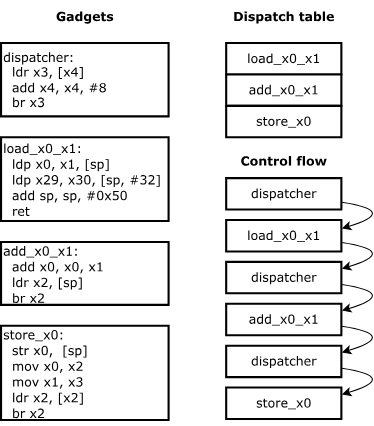
llsoftsec/llsoftsecbook keeps this draw.io diagram as img/jop.svg. Above is the earlier version. Source tidied: cells renumbered, new cells last; positions are measured from the earlier drawing's top-left corner, leaving out a move shared by most shapes. Its diagram source:
```xml
<mxGraphModel>
  <root>
    <mxCell id="0" />
    <mxCell id="1" parent="0" />
    <mxCell id="2" value="dispatcher:&lt;br&gt;&lt;div&gt;&amp;nbsp; ldr x3, [x4]&lt;/div&gt;&lt;div&gt;&amp;nbsp; add x4, x4, #8&lt;/div&gt;&lt;div&gt;&amp;nbsp; br x3&lt;/div&gt;" style="rounded=0;whiteSpace=wrap;html=1;strokeWidth=2;align=left;fontFamily=Verdana;" parent="1" vertex="1">
      <mxGeometry y="40" width="160" height="70" as="geometry" />
    </mxCell>
    <mxCell id="3" value="&lt;p style=&quot;margin: 0px; font-variant-numeric: normal; font-variant-east-asian: normal; font-stretch: normal; line-height: normal;&quot; class=&quot;p1&quot;&gt;&lt;span style=&quot;font-variant-ligatures: no-common-ligatures;&quot; class=&quot;s1&quot;&gt;&lt;font style=&quot;font-size: 12px;&quot; face=&quot;Verdana&quot;&gt;load_x0_x1:&lt;/font&gt;&lt;/span&gt;&lt;/p&gt;&lt;p style=&quot;margin: 0px; font-variant-numeric: normal; font-variant-east-asian: normal; font-stretch: normal; line-height: normal;&quot; class=&quot;p1&quot;&gt;&lt;span style=&quot;font-variant-ligatures: no-common-ligatures;&quot; class=&quot;s1&quot;&gt;&lt;font style=&quot;font-size: 12px;&quot; face=&quot;Verdana&quot;&gt;&lt;span class=&quot;Apple-converted-space&quot;&gt;&amp;nbsp; &lt;/span&gt;ldp x0, x1, [sp]&lt;/font&gt;&lt;/span&gt;&lt;/p&gt;&lt;p style=&quot;margin: 0px; font-variant-numeric: normal; font-variant-east-asian: normal; font-stretch: normal; line-height: normal;&quot; class=&quot;p1&quot;&gt;&lt;span style=&quot;font-variant-ligatures: no-common-ligatures;&quot; class=&quot;s1&quot;&gt;&lt;font style=&quot;font-size: 12px;&quot; face=&quot;Verdana&quot;&gt;&lt;span class=&quot;Apple-converted-space&quot;&gt;&amp;nbsp; &lt;/span&gt;ldp x29, x30, [sp, #32]&lt;/font&gt;&lt;/span&gt;&lt;/p&gt;&lt;p style=&quot;margin: 0px; font-variant-numeric: normal; font-variant-east-asian: normal; font-stretch: normal; line-height: normal;&quot; class=&quot;p1&quot;&gt;&lt;span style=&quot;font-variant-ligatures: no-common-ligatures;&quot; class=&quot;s1&quot;&gt;&lt;font style=&quot;font-size: 12px;&quot; face=&quot;Verdana&quot;&gt;&lt;span class=&quot;Apple-converted-space&quot;&gt;&amp;nbsp; &lt;/span&gt;add sp, sp, #0x50&lt;/font&gt;&lt;/span&gt;&lt;/p&gt;&lt;p style=&quot;margin: 0px; font-variant-numeric: normal; font-variant-east-asian: normal; font-stretch: normal; line-height: normal;&quot; class=&quot;p1&quot;&gt;&lt;span style=&quot;font-variant-ligatures: no-common-ligatures;&quot; class=&quot;s1&quot;&gt;&lt;font style=&quot;font-size: 12px;&quot; face=&quot;Verdana&quot;&gt;&lt;span style=&quot;&quot; class=&quot;Apple-converted-space&quot;&gt;&amp;nbsp; &lt;/span&gt;ret&lt;/font&gt;&lt;/span&gt;&lt;/p&gt;" style="rounded=0;whiteSpace=wrap;html=1;strokeWidth=2;align=left;" parent="1" vertex="1">
      <mxGeometry y="130" width="160" height="80" as="geometry" />
    </mxCell>
    <mxCell id="4" value="&lt;font face=&quot;Verdana&quot;&gt;load_x0_x1&lt;/font&gt;" style="rounded=0;whiteSpace=wrap;html=1;strokeWidth=2;" parent="1" vertex="1">
      <mxGeometry x="215" y="40" width="110" height="30" as="geometry" />
    </mxCell>
    <mxCell id="5" value="&lt;span style=&quot;font-family: Verdana;&quot;&gt;add_x0_x1&lt;/span&gt;" style="rounded=0;whiteSpace=wrap;html=1;strokeWidth=2;" parent="1" vertex="1">
      <mxGeometry x="215" y="70" width="110" height="30" as="geometry" />
    </mxCell>
    <mxCell id="6" value="&lt;span style=&quot;font-family: Verdana;&quot;&gt;store_x0&lt;/span&gt;" style="rounded=0;whiteSpace=wrap;html=1;strokeWidth=2;" parent="1" vertex="1">
      <mxGeometry x="215" y="100" width="110" height="30" as="geometry" />
    </mxCell>
    <mxCell id="7" value="&lt;p style=&quot;margin: 0px; font-variant-numeric: normal; font-variant-east-asian: normal; font-stretch: normal; line-height: normal;&quot; class=&quot;p1&quot;&gt;&lt;span style=&quot;font-variant-ligatures: no-common-ligatures;&quot; class=&quot;s1&quot;&gt;&lt;font style=&quot;font-size: 12px;&quot; face=&quot;Verdana&quot;&gt;add_x0_x1:&lt;/font&gt;&lt;/span&gt;&lt;/p&gt;&lt;p style=&quot;margin: 0px; font-variant-numeric: normal; font-variant-east-asian: normal; font-stretch: normal; line-height: normal;&quot; class=&quot;p1&quot;&gt;&lt;span style=&quot;font-variant-ligatures: no-common-ligatures;&quot; class=&quot;s1&quot;&gt;&lt;font style=&quot;font-size: 12px;&quot; face=&quot;Verdana&quot;&gt;&lt;span class=&quot;Apple-converted-space&quot;&gt;&amp;nbsp; &lt;/span&gt;add x0, x0, x1&lt;/font&gt;&lt;/span&gt;&lt;/p&gt;&lt;p style=&quot;margin: 0px; font-variant-numeric: normal; font-variant-east-asian: normal; font-stretch: normal; line-height: normal;&quot; class=&quot;p1&quot;&gt;&lt;span style=&quot;font-variant-ligatures: no-common-ligatures;&quot; class=&quot;s1&quot;&gt;&lt;font style=&quot;font-size: 12px;&quot; face=&quot;Verdana&quot;&gt;&lt;span class=&quot;Apple-converted-space&quot;&gt;&amp;nbsp; &lt;/span&gt;ldr x2, [sp]&lt;/font&gt;&lt;/span&gt;&lt;/p&gt;&lt;p style=&quot;margin: 0px; font-variant-numeric: normal; font-variant-east-asian: normal; font-stretch: normal; line-height: normal;&quot; class=&quot;p1&quot;&gt;&lt;span style=&quot;font-variant-ligatures: no-common-ligatures;&quot; class=&quot;s1&quot;&gt;&lt;font style=&quot;font-size: 12px;&quot; face=&quot;Verdana&quot;&gt;&lt;span style=&quot;&quot; class=&quot;Apple-converted-space&quot;&gt;&amp;nbsp; &lt;/span&gt;br x2&lt;/font&gt;&lt;/span&gt;&lt;/p&gt;" style="rounded=0;whiteSpace=wrap;html=1;strokeWidth=2;align=left;" parent="1" vertex="1">
      <mxGeometry y="230" width="160" height="60" as="geometry" />
    </mxCell>
    <mxCell id="8" value="&lt;p style=&quot;margin: 0px; font-variant-numeric: normal; font-variant-east-asian: normal; font-stretch: normal; line-height: normal;&quot; class=&quot;p1&quot;&gt;&lt;span style=&quot;font-variant-ligatures: no-common-ligatures;&quot; class=&quot;s1&quot;&gt;&lt;font style=&quot;font-size: 12px;&quot; face=&quot;Verdana&quot;&gt;store_x0:&lt;/font&gt;&lt;/span&gt;&lt;/p&gt;&lt;p style=&quot;margin: 0px; font-variant-numeric: normal; font-variant-east-asian: normal; font-stretch: normal; line-height: normal;&quot; class=&quot;p1&quot;&gt;&lt;span style=&quot;font-variant-ligatures: no-common-ligatures;&quot; class=&quot;s1&quot;&gt;&lt;font style=&quot;font-size: 12px;&quot; face=&quot;Verdana&quot;&gt;&lt;span class=&quot;Apple-converted-space&quot;&gt;&amp;nbsp; &lt;/span&gt;str x0,&amp;nbsp; [sp]&lt;/font&gt;&lt;/span&gt;&lt;/p&gt;&lt;p style=&quot;margin: 0px; font-variant-numeric: normal; font-variant-east-asian: normal; font-stretch: normal; line-height: normal;&quot; class=&quot;p1&quot;&gt;&lt;span style=&quot;font-variant-ligatures: no-common-ligatures;&quot; class=&quot;s1&quot;&gt;&lt;font style=&quot;font-size: 12px;&quot; face=&quot;Verdana&quot;&gt;&lt;span class=&quot;Apple-converted-space&quot;&gt;&amp;nbsp; &lt;/span&gt;mov x0, x2&lt;/font&gt;&lt;/span&gt;&lt;/p&gt;&lt;p style=&quot;margin: 0px; font-variant-numeric: normal; font-variant-east-asian: normal; font-stretch: normal; line-height: normal;&quot; class=&quot;p1&quot;&gt;&lt;span style=&quot;font-variant-ligatures: no-common-ligatures;&quot; class=&quot;s1&quot;&gt;&lt;font style=&quot;font-size: 12px;&quot; face=&quot;Verdana&quot;&gt;&lt;span class=&quot;Apple-converted-space&quot;&gt;&amp;nbsp; &lt;/span&gt;mov x1, x3&lt;/font&gt;&lt;/span&gt;&lt;/p&gt;&lt;p style=&quot;margin: 0px; font-variant-numeric: normal; font-variant-east-asian: normal; font-stretch: normal; line-height: normal;&quot; class=&quot;p1&quot;&gt;&lt;span style=&quot;font-variant-ligatures: no-common-ligatures;&quot; class=&quot;s1&quot;&gt;&lt;font style=&quot;font-size: 12px;&quot; face=&quot;Verdana&quot;&gt;&lt;span class=&quot;Apple-converted-space&quot;&gt;&amp;nbsp; &lt;/span&gt;ldr x2, [x2]&lt;/font&gt;&lt;/span&gt;&lt;/p&gt;&lt;p style=&quot;margin: 0px; font-variant-numeric: normal; font-variant-east-asian: normal; font-stretch: normal; line-height: normal;&quot; class=&quot;p1&quot;&gt;&lt;span style=&quot;font-variant-ligatures: no-common-ligatures;&quot; class=&quot;s1&quot;&gt;&lt;font style=&quot;font-size: 12px;&quot; face=&quot;Verdana&quot;&gt;&lt;span style=&quot;&quot; class=&quot;Apple-converted-space&quot;&gt;&amp;nbsp; &lt;/span&gt;br x2&lt;/font&gt;&lt;/span&gt;&lt;/p&gt;" style="rounded=0;whiteSpace=wrap;html=1;strokeWidth=2;align=left;" parent="1" vertex="1">
      <mxGeometry y="310" width="160" height="90" as="geometry" />
    </mxCell>
    <mxCell id="9" value="&lt;b&gt;Dispatch table&lt;/b&gt;" style="text;html=1;strokeColor=none;fillColor=none;align=center;verticalAlign=middle;whiteSpace=wrap;rounded=0;fontFamily=Verdana;" parent="1" vertex="1">
      <mxGeometry x="220" width="100" height="30" as="geometry" />
    </mxCell>
    <mxCell id="10" value="&lt;b&gt;Gadgets&lt;/b&gt;" style="text;html=1;strokeColor=none;fillColor=none;align=center;verticalAlign=middle;whiteSpace=wrap;rounded=0;fontFamily=Verdana;" parent="1" vertex="1">
      <mxGeometry x="30" width="100" height="30" as="geometry" />
    </mxCell>
    <mxCell id="11" value="&lt;b&gt;Control flow&lt;/b&gt;" style="text;html=1;strokeColor=none;fillColor=none;align=center;verticalAlign=middle;whiteSpace=wrap;rounded=0;fontFamily=Verdana;" parent="1" vertex="1">
      <mxGeometry x="225" y="138" width="90" height="30" as="geometry" />
    </mxCell>
    <mxCell id="12" value="&lt;font face=&quot;Verdana&quot;&gt;load_x0_x1&lt;/font&gt;" style="rounded=0;whiteSpace=wrap;html=1;strokeWidth=2;" parent="1" vertex="1">
      <mxGeometry x="215" y="209" width="110" height="30" as="geometry" />
    </mxCell>
    <mxCell id="13" value="&lt;font face=&quot;Verdana&quot;&gt;dispatcher&lt;/font&gt;" style="rounded=0;whiteSpace=wrap;html=1;strokeWidth=2;" parent="1" vertex="1">
      <mxGeometry x="215" y="169" width="110" height="30" as="geometry" />
    </mxCell>
    <mxCell id="14" value="&lt;font face=&quot;Verdana&quot;&gt;dispatcher&lt;/font&gt;" style="rounded=0;whiteSpace=wrap;html=1;strokeWidth=2;" parent="1" vertex="1">
      <mxGeometry x="215" y="249" width="110" height="30" as="geometry" />
    </mxCell>
    <mxCell id="15" value="&lt;font face=&quot;Verdana&quot;&gt;add_x0_x1&lt;/font&gt;" style="rounded=0;whiteSpace=wrap;html=1;strokeWidth=2;" parent="1" vertex="1">
      <mxGeometry x="215" y="289" width="110" height="30" as="geometry" />
    </mxCell>
    <mxCell id="16" value="&lt;font face=&quot;Verdana&quot;&gt;dispatcher&lt;/font&gt;" style="rounded=0;whiteSpace=wrap;html=1;strokeWidth=2;" parent="1" vertex="1">
      <mxGeometry x="215" y="329" width="110" height="30" as="geometry" />
    </mxCell>
    <mxCell id="17" value="&lt;font face=&quot;Verdana&quot;&gt;store_x0&lt;/font&gt;" style="rounded=0;whiteSpace=wrap;html=1;strokeWidth=2;" parent="1" vertex="1">
      <mxGeometry x="215" y="369" width="110" height="30" as="geometry" />
    </mxCell>
    <mxCell id="18" style="curved=1;endArrow=classic;html=1;rounded=0;fontFamily=Verdana;entryX=1;entryY=0.25;entryDx=0;entryDy=0;exitX=1;exitY=0.75;exitDx=0;exitDy=0;" parent="1" edge="1" source="13" target="12">
      <mxGeometry relative="1" as="geometry">
        <Array as="points">
          <mxPoint x="380" y="200" />
        </Array>
      </mxGeometry>
    </mxCell>
    <mxCell id="19" style="curved=1;endArrow=classic;html=1;rounded=0;fontFamily=Verdana;entryX=1;entryY=0.25;entryDx=0;entryDy=0;exitX=1;exitY=0.75;exitDx=0;exitDy=0;" parent="1" edge="1">
      <mxGeometry relative="1" as="geometry">
        <mxPoint x="325" y="230" as="sourcePoint" />
        <mxPoint x="325" y="255" as="targetPoint" />
        <Array as="points">
          <mxPoint x="380" y="238.5" />
        </Array>
      </mxGeometry>
    </mxCell>
    <mxCell id="20" style="curved=1;endArrow=classic;html=1;rounded=0;fontFamily=Verdana;entryX=1;entryY=0.25;entryDx=0;entryDy=0;exitX=1;exitY=0.75;exitDx=0;exitDy=0;" parent="1" edge="1">
      <mxGeometry relative="1" as="geometry">
        <mxPoint x="325" y="270" as="sourcePoint" />
        <mxPoint x="325" y="295" as="targetPoint" />
        <Array as="points">
          <mxPoint x="380" y="278.5" />
        </Array>
      </mxGeometry>
    </mxCell>
    <mxCell id="21" style="curved=1;endArrow=classic;html=1;rounded=0;fontFamily=Verdana;entryX=1;entryY=0.25;entryDx=0;entryDy=0;exitX=1;exitY=0.75;exitDx=0;exitDy=0;" parent="1" edge="1">
      <mxGeometry relative="1" as="geometry">
        <mxPoint x="325" y="310" as="sourcePoint" />
        <mxPoint x="325" y="335" as="targetPoint" />
        <Array as="points">
          <mxPoint x="380" y="318.5" />
        </Array>
      </mxGeometry>
    </mxCell>
    <mxCell id="22" style="curved=1;endArrow=classic;html=1;rounded=0;fontFamily=Verdana;entryX=1;entryY=0.25;entryDx=0;entryDy=0;exitX=1;exitY=0.75;exitDx=0;exitDy=0;" parent="1" edge="1">
      <mxGeometry relative="1" as="geometry">
        <mxPoint x="325" y="350" as="sourcePoint" />
        <mxPoint x="325" y="375" as="targetPoint" />
        <Array as="points">
          <mxPoint x="380" y="358.5" />
        </Array>
      </mxGeometry>
    </mxCell>
  </root>
</mxGraphModel>
```
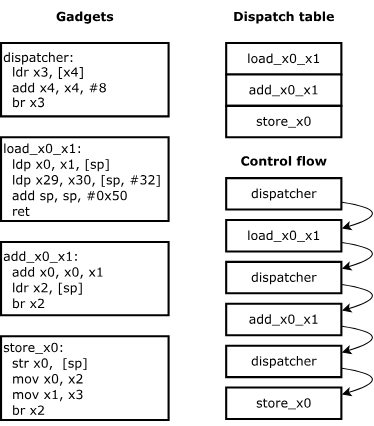
After the commit.

Change to the diagram source:
```diff
@@ -18,10 +18,10 @@
       <mxGeometry x="215" y="100" width="110" height="30" as="geometry" />
     </mxCell>
     <mxCell id="7" value="&lt;p style=&quot;margin: 0px; font-variant-numeric: normal; font-variant-east-asian: normal; font-stretch: normal; line-height: normal;&quot; class=&quot;p1&quot;&gt;&lt;span style=&quot;font-variant-ligatures: no-common-ligatures;&quot; class=&quot;s1&quot;&gt;&lt;font style=&quot;font-size: 12px;&quot; face=&quot;Verdana&quot;&gt;add_x0_x1:&lt;/font&gt;&lt;/span&gt;&lt;/p&gt;&lt;p style=&quot;margin: 0px; font-variant-numeric: normal; font-variant-east-asian: normal; font-stretch: normal; line-height: normal;&quot; class=&quot;p1&quot;&gt;&lt;span style=&quot;font-variant-ligatures: no-common-ligatures;&quot; class=&quot;s1&quot;&gt;&lt;font style=&quot;font-size: 12px;&quot; face=&quot;Verdana&quot;&gt;&lt;span class=&quot;Apple-converted-space&quot;&gt;&amp;nbsp; &lt;/span&gt;add x0, x0, x1&lt;/font&gt;&lt;/span&gt;&lt;/p&gt;&lt;p style=&quot;margin: 0px; font-variant-numeric: normal; font-variant-east-asian: normal; font-stretch: normal; line-height: normal;&quot; class=&quot;p1&quot;&gt;&lt;span style=&quot;font-variant-ligatures: no-common-ligatures;&quot; class=&quot;s1&quot;&gt;&lt;font style=&quot;font-size: 12px;&quot; face=&quot;Verdana&quot;&gt;&lt;span class=&quot;Apple-converted-space&quot;&gt;&amp;nbsp; &lt;/span&gt;ldr x2, [sp]&lt;/font&gt;&lt;/span&gt;&lt;/p&gt;&lt;p style=&quot;margin: 0px; font-variant-numeric: normal; font-variant-east-asian: normal; font-stretch: normal; line-height: normal;&quot; class=&quot;p1&quot;&gt;&lt;span style=&quot;font-variant-ligatures: no-common-ligatures;&quot; class=&quot;s1&quot;&gt;&lt;font style=&quot;font-size: 12px;&quot; face=&quot;Verdana&quot;&gt;&lt;span style=&quot;&quot; class=&quot;Apple-converted-space&quot;&gt;&amp;nbsp; &lt;/span&gt;br x2&lt;/font&gt;&lt;/span&gt;&lt;/p&gt;" style="rounded=0;whiteSpace=wrap;html=1;strokeWidth=2;align=left;" parent="1" vertex="1">
-      <mxGeometry y="230" width="160" height="60" as="geometry" />
+      <mxGeometry y="230" width="160" height="70" as="geometry" />
     </mxCell>
-    <mxCell id="8" value="&lt;p style=&quot;margin: 0px; font-variant-numeric: normal; font-variant-east-asian: normal; font-stretch: normal; line-height: normal;&quot; class=&quot;p1&quot;&gt;&lt;span style=&quot;font-variant-ligatures: no-common-ligatures;&quot; class=&quot;s1&quot;&gt;&lt;font style=&quot;font-size: 12px;&quot; face=&quot;Verdana&quot;&gt;store_x0:&lt;/font&gt;&lt;/span&gt;&lt;/p&gt;&lt;p style=&quot;margin: 0px; font-variant-numeric: normal; font-variant-east-asian: normal; font-stretch: normal; line-height: normal;&quot; class=&quot;p1&quot;&gt;&lt;span style=&quot;font-variant-ligatures: no-common-ligatures;&quot; class=&quot;s1&quot;&gt;&lt;font style=&quot;font-size: 12px;&quot; face=&quot;Verdana&quot;&gt;&lt;span class=&quot;Apple-converted-space&quot;&gt;&amp;nbsp; &lt;/span&gt;str x0,&amp;nbsp; [sp]&lt;/font&gt;&lt;/span&gt;&lt;/p&gt;&lt;p style=&quot;margin: 0px; font-variant-numeric: normal; font-variant-east-asian: normal; font-stretch: normal; line-height: normal;&quot; class=&quot;p1&quot;&gt;&lt;span style=&quot;font-variant-ligatures: no-common-ligatures;&quot; class=&quot;s1&quot;&gt;&lt;font style=&quot;font-size: 12px;&quot; face=&quot;Verdana&quot;&gt;&lt;span class=&quot;Apple-converted-space&quot;&gt;&amp;nbsp; &lt;/span&gt;mov x0, x2&lt;/font&gt;&lt;/span&gt;&lt;/p&gt;&lt;p style=&quot;margin: 0px; font-variant-numeric: normal; font-variant-east-asian: normal; font-stretch: normal; line-height: normal;&quot; class=&quot;p1&quot;&gt;&lt;span style=&quot;font-variant-ligatures: no-common-ligatures;&quot; class=&quot;s1&quot;&gt;&lt;font style=&quot;font-size: 12px;&quot; face=&quot;Verdana&quot;&gt;&lt;span class=&quot;Apple-converted-space&quot;&gt;&amp;nbsp; &lt;/span&gt;mov x1, x3&lt;/font&gt;&lt;/span&gt;&lt;/p&gt;&lt;p style=&quot;margin: 0px; font-variant-numeric: normal; font-variant-east-asian: normal; font-stretch: normal; line-height: normal;&quot; class=&quot;p1&quot;&gt;&lt;span style=&quot;font-variant-ligatures: no-common-ligatures;&quot; class=&quot;s1&quot;&gt;&lt;font style=&quot;font-size: 12px;&quot; face=&quot;Verdana&quot;&gt;&lt;span class=&quot;Apple-converted-space&quot;&gt;&amp;nbsp; &lt;/span&gt;ldr x2, [x2]&lt;/font&gt;&lt;/span&gt;&lt;/p&gt;&lt;p style=&quot;margin: 0px; font-variant-numeric: normal; font-variant-east-asian: normal; font-stretch: normal; line-height: normal;&quot; class=&quot;p1&quot;&gt;&lt;span style=&quot;font-variant-ligatures: no-common-ligatures;&quot; class=&quot;s1&quot;&gt;&lt;font style=&quot;font-size: 12px;&quot; face=&quot;Verdana&quot;&gt;&lt;span style=&quot;&quot; class=&quot;Apple-converted-space&quot;&gt;&amp;nbsp; &lt;/span&gt;br x2&lt;/font&gt;&lt;/span&gt;&lt;/p&gt;" style="rounded=0;whiteSpace=wrap;html=1;strokeWidth=2;align=left;" parent="1" vertex="1">
-      <mxGeometry y="310" width="160" height="90" as="geometry" />
+    <mxCell id="8" value="&lt;p style=&quot;margin: 0px; font-variant-numeric: normal; font-variant-east-asian: normal; font-stretch: normal; line-height: normal;&quot; class=&quot;p1&quot;&gt;&lt;span style=&quot;font-variant-ligatures: no-common-ligatures;&quot; class=&quot;s1&quot;&gt;&lt;font style=&quot;font-size: 12px;&quot; face=&quot;Verdana&quot;&gt;store_x0:&lt;/font&gt;&lt;/span&gt;&lt;/p&gt;&lt;p style=&quot;margin: 0px; font-variant-numeric: normal; font-variant-east-asian: normal; font-stretch: normal; line-height: normal;&quot; class=&quot;p1&quot;&gt;&lt;span style=&quot;font-variant-ligatures: no-common-ligatures;&quot; class=&quot;s1&quot;&gt;&lt;font style=&quot;font-size: 12px;&quot; face=&quot;Verdana&quot;&gt;&lt;span class=&quot;Apple-converted-space&quot;&gt;&amp;nbsp; &lt;/span&gt;str x0,&amp;nbsp; [sp]&lt;/font&gt;&lt;/span&gt;&lt;/p&gt;&lt;p style=&quot;margin: 0px; font-variant-numeric: normal; font-variant-east-asian: normal; font-stretch: normal; line-height: normal;&quot; class=&quot;p1&quot;&gt;&lt;span style=&quot;font-variant-ligatures: no-common-ligatures;&quot; class=&quot;s1&quot;&gt;&lt;font style=&quot;font-size: 12px;&quot; face=&quot;Verdana&quot;&gt;&lt;span class=&quot;Apple-converted-space&quot;&gt;&amp;nbsp; &lt;/span&gt;mov x0, x2&lt;/font&gt;&lt;/span&gt;&lt;/p&gt;&lt;p style=&quot;margin: 0px; font-variant-numeric: normal; font-variant-east-asian: normal; font-stretch: normal; line-height: normal;&quot; class=&quot;p1&quot;&gt;&lt;span style=&quot;font-variant-ligatures: no-common-ligatures;&quot; class=&quot;s1&quot;&gt;&lt;font style=&quot;font-size: 12px;&quot; face=&quot;Verdana&quot;&gt;&lt;span class=&quot;Apple-converted-space&quot;&gt;&amp;nbsp; &lt;/span&gt;mov x1, x3&lt;/font&gt;&lt;/span&gt;&lt;/p&gt;&lt;p style=&quot;margin: 0px; font-variant-numeric: normal; font-variant-east-asian: normal; font-stretch: normal; line-height: normal;&quot; class=&quot;p1&quot;&gt;&lt;span style=&quot;font-family: Verdana; font-variant-ligatures: no-common-ligatures; background-color: initial;&quot; class=&quot;Apple-converted-space&quot;&gt;&amp;nbsp;&amp;nbsp;&lt;/span&gt;&lt;span style=&quot;font-family: Verdana; font-variant-ligatures: no-common-ligatures; background-color: initial;&quot;&gt;br x2&lt;/span&gt;&lt;br&gt;&lt;/p&gt;" style="rounded=0;whiteSpace=wrap;html=1;strokeWidth=2;align=left;" parent="1" vertex="1">
+      <mxGeometry y="320" width="160" height="80" as="geometry" />
     </mxCell>
     <mxCell id="9" value="&lt;b&gt;Dispatch table&lt;/b&gt;" style="text;html=1;strokeColor=none;fillColor=none;align=center;verticalAlign=middle;whiteSpace=wrap;rounded=0;fontFamily=Verdana;" parent="1" vertex="1">
       <mxGeometry x="220" width="100" height="30" as="geometry" />
```
